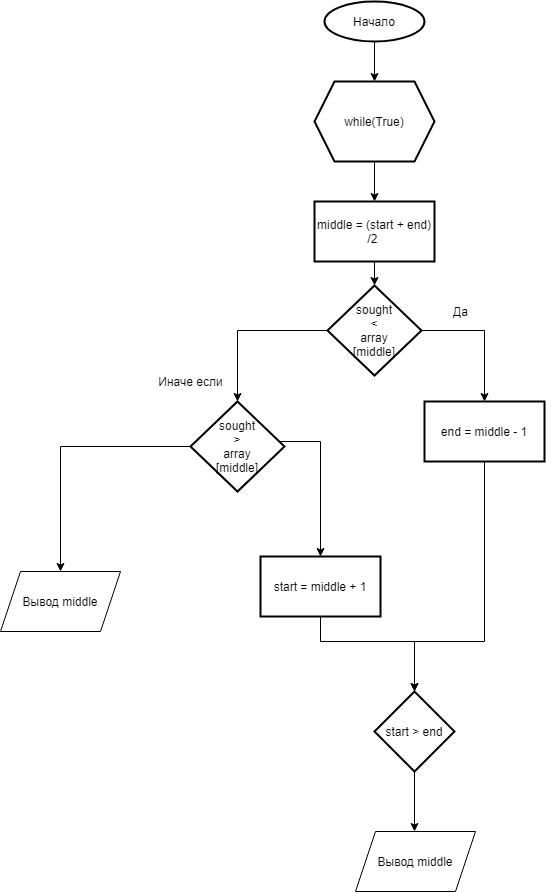
The draw.io diagram _lab5/_func binarySearch.png in leetrikon/oaip, before a commit. Source tidied: cells renumbered, new cells last; positions are measured from the earlier drawing's top-left corner, leaving out a move shared by most shapes.
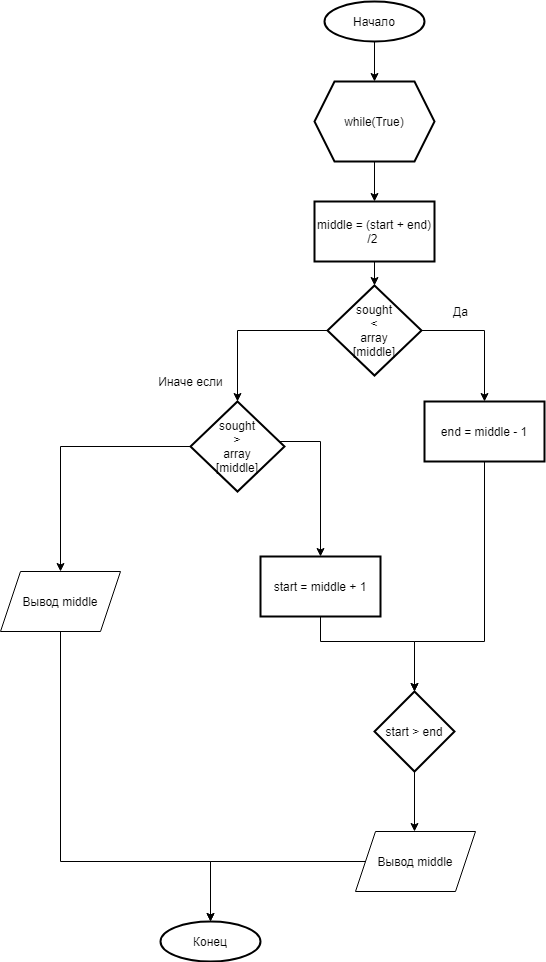
The same diagram one commit later.

Change to the diagram source:
```diff
@@ -80,11 +80,25 @@
     <mxCell id="21" value="start &amp;gt; end" style="rhombus;whiteSpace=wrap;html=1;strokeWidth=2;" parent="1" vertex="1">
       <mxGeometry x="374" y="690" width="80" height="80" as="geometry" />
     </mxCell>
+    <mxCell id="24" style="edgeStyle=orthogonalEdgeStyle;rounded=0;jettySize=auto;html=1;entryX=0.5;entryY=0;entryDx=0;entryDy=0;entryPerimeter=0;" parent="1" edge="1" source="22" target="26">
+      <mxGeometry relative="1" as="geometry">
+        <Array as="points">
+          <mxPoint x="60" y="860" />
+          <mxPoint x="210" y="860" />
+        </Array>
+      </mxGeometry>
+    </mxCell>
     <mxCell id="22" value="Вывод middle" style="shape=parallelogram;perimeter=parallelogramPerimeter;whiteSpace=wrap;html=1;fixedSize=1;" parent="1" vertex="1">
       <mxGeometry y="570" width="120" height="60" as="geometry" />
     </mxCell>
+    <mxCell id="25" style="edgeStyle=orthogonalEdgeStyle;rounded=0;jettySize=auto;html=1;entryX=0.5;entryY=0;entryDx=0;entryDy=0;entryPerimeter=0;" parent="1" edge="1" source="23" target="26">
+      <mxGeometry relative="1" as="geometry" />
+    </mxCell>
     <mxCell id="23" value="Вывод middle" style="shape=parallelogram;perimeter=parallelogramPerimeter;whiteSpace=wrap;html=1;fixedSize=1;" parent="1" vertex="1">
       <mxGeometry x="355" y="830" width="120" height="60" as="geometry" />
     </mxCell>
+    <mxCell id="26" value="Конец" style="strokeWidth=2;html=1;shape=mxgraph.flowchart.start_2;whiteSpace=wrap;" parent="1" vertex="1">
+      <mxGeometry x="160" y="920" width="100" height="40" as="geometry" />
+    </mxCell>
   </root>
 </mxGraphModel>
```
